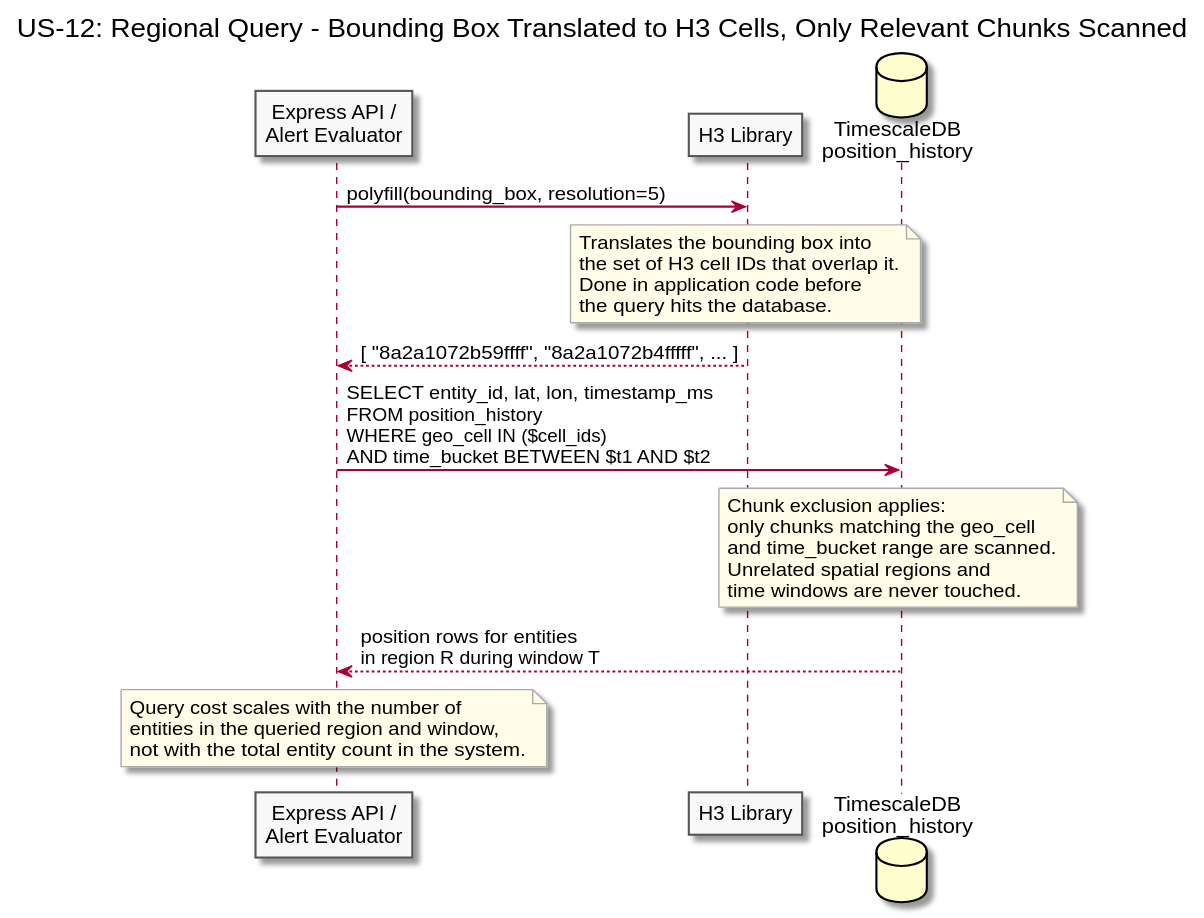
Buffden/sentinel keeps this PlantUML diagram as diagrams/docs/use-cases/US-12-geo-spatial-efficiency/regional-query.svg. Above is the earlier version.
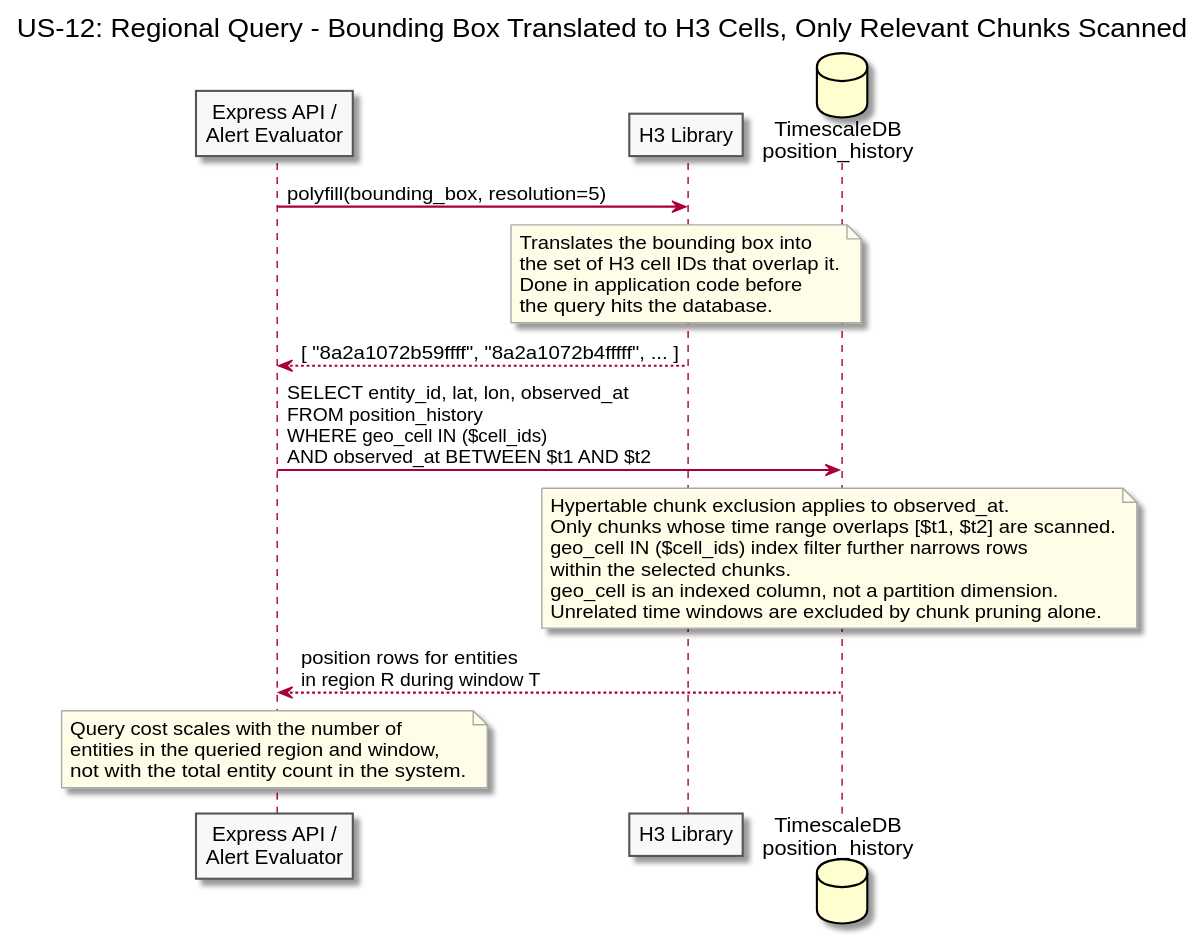
The same diagram one commit later.

Change to the diagram source:
```diff
@@ -22,14 +22,15 @@
 
 H3 --> Caller : [ "8a2a1072b59ffff", "8a2a1072b4fffff", ... ]
 
-Caller -> TSDB : SELECT entity_id, lat, lon, timestamp_ms\nFROM position_history\nWHERE geo_cell IN ($cell_ids)\nAND time_bucket BETWEEN $t1 AND $t2
+Caller -> TSDB : SELECT entity_id, lat, lon, observed_at\nFROM position_history\nWHERE geo_cell IN ($cell_ids)\nAND observed_at BETWEEN $t1 AND $t2
 
 note over TSDB
-  Chunk exclusion applies:
-  only chunks matching the geo_cell
-  and time_bucket range are scanned.
-  Unrelated spatial regions and
-  time windows are never touched.
+  Hypertable chunk exclusion applies to observed_at.
+  Only chunks whose time range overlaps [$t1, $t2] are scanned.
+  geo_cell IN ($cell_ids) index filter further narrows rows
+  within the selected chunks.
+  geo_cell is an indexed column, not a partition dimension.
+  Unrelated time windows are excluded by chunk pruning alone.
 end note
 
 TSDB --> Caller : position rows for entities\nin region R during window T
```
